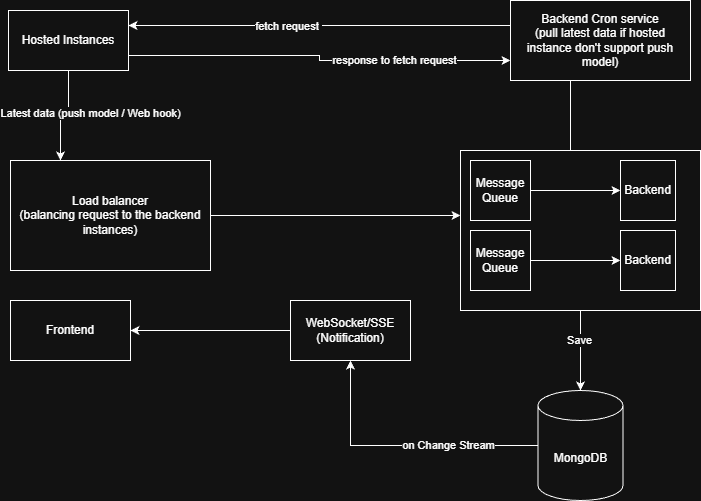
Earlier version of the draw.io export Masirat.drawio.png (Faizgk/Masirat_Assessment_Task_5). Source tidied: cells renumbered, new cells last; positions are measured from the earlier drawing's top-left corner, leaving out a move shared by most shapes. Source of this version:
```xml
<mxGraphModel>
  <root>
    <mxCell id="0" />
    <mxCell id="1" parent="0" />
    <mxCell id="2" style="edgeStyle=orthogonalEdgeStyle;rounded=0;jettySize=auto;html=1;entryX=0.25;entryY=0;entryDx=0;entryDy=0;" parent="1" edge="1" source="6" target="8">
      <mxGeometry relative="1" as="geometry" />
    </mxCell>
    <mxCell id="3" value="Latest data (push model / Web hook)" style="edgeLabel;html=1;align=center;verticalAlign=middle;" parent="2" vertex="1">
      <mxGeometry x="-0.05" y="-3" relative="1" as="geometry">
        <mxPoint x="23" as="offset" />
      </mxGeometry>
    </mxCell>
    <mxCell id="4" style="edgeStyle=orthogonalEdgeStyle;rounded=0;jettySize=auto;html=1;exitX=1;exitY=0.75;exitDx=0;exitDy=0;entryX=0;entryY=0.75;entryDx=0;entryDy=0;" parent="1" edge="1" source="6" target="17">
      <mxGeometry relative="1" as="geometry" />
    </mxCell>
    <mxCell id="5" value="response to fetch request" style="edgeLabel;html=1;align=center;verticalAlign=middle;" parent="4" vertex="1">
      <mxGeometry x="0.4" y="1" relative="1" as="geometry" />
    </mxCell>
    <mxCell id="6" value="Hosted Instances" style="rounded=0;whiteSpace=wrap;html=1;" parent="1" vertex="1">
      <mxGeometry y="10" width="120" height="60" as="geometry" />
    </mxCell>
    <mxCell id="7" style="edgeStyle=orthogonalEdgeStyle;rounded=0;jettySize=auto;html=1;exitX=1;exitY=0.5;exitDx=0;exitDy=0;entryX=0;entryY=0.406;entryDx=0;entryDy=0;entryPerimeter=0;" parent="1" edge="1" source="8" target="19">
      <mxGeometry relative="1" as="geometry" />
    </mxCell>
    <mxCell id="8" value="Load balancer&lt;br&gt;(balancing request to the backend instances)" style="rounded=0;whiteSpace=wrap;html=1;" parent="1" vertex="1">
      <mxGeometry x="2" y="160" width="200" height="110" as="geometry" />
    </mxCell>
    <mxCell id="9" style="edgeStyle=orthogonalEdgeStyle;rounded=0;jettySize=auto;html=1;entryX=0.5;entryY=1;entryDx=0;entryDy=0;" parent="1" edge="1" source="11" target="14">
      <mxGeometry relative="1" as="geometry" />
    </mxCell>
    <mxCell id="10" value="on Change Stream" style="edgeLabel;html=1;align=center;verticalAlign=middle;" parent="9" vertex="1">
      <mxGeometry x="-0.34" y="-1" relative="1" as="geometry" />
    </mxCell>
    <mxCell id="11" value="MongoDB" style="shape=cylinder3;whiteSpace=wrap;html=1;boundedLbl=1;backgroundOutline=1;size=15;" parent="1" vertex="1">
      <mxGeometry x="529.5" y="390" width="85" height="110" as="geometry" />
    </mxCell>
    <mxCell id="12" value="Frontend" style="rounded=0;whiteSpace=wrap;html=1;" parent="1" vertex="1">
      <mxGeometry x="2" y="300" width="120" height="60" as="geometry" />
    </mxCell>
    <mxCell id="13" style="edgeStyle=orthogonalEdgeStyle;rounded=0;jettySize=auto;html=1;entryX=1;entryY=0.5;entryDx=0;entryDy=0;" parent="1" edge="1" source="14" target="12">
      <mxGeometry relative="1" as="geometry" />
    </mxCell>
    <mxCell id="14" value="WebSocket/SSE (Notification)" style="rounded=0;whiteSpace=wrap;html=1;" parent="1" vertex="1">
      <mxGeometry x="282" y="300" width="120" height="60" as="geometry" />
    </mxCell>
    <mxCell id="15" style="edgeStyle=orthogonalEdgeStyle;rounded=0;jettySize=auto;html=1;entryX=1;entryY=0.25;entryDx=0;entryDy=0;" parent="1" edge="1" source="17" target="6">
      <mxGeometry relative="1" as="geometry">
        <Array as="points">
          <mxPoint x="352" y="25" />
          <mxPoint x="352" y="25" />
        </Array>
      </mxGeometry>
    </mxCell>
    <mxCell id="16" value="fetch request&amp;nbsp;" style="edgeLabel;html=1;align=center;verticalAlign=middle;" parent="15" vertex="1">
      <mxGeometry x="0.17" y="-4" relative="1" as="geometry">
        <mxPoint y="4" as="offset" />
      </mxGeometry>
    </mxCell>
    <mxCell id="17" value="Backend Cron service&lt;br&gt;(pull latest data if hosted instance don't support push model)" style="rounded=0;whiteSpace=wrap;html=1;" parent="1" vertex="1">
      <mxGeometry x="502" width="180" height="80" as="geometry" />
    </mxCell>
    <mxCell id="18" style="endArrow=none;html=1;rounded=0;" parent="1" edge="1">
      <mxGeometry relative="1" as="geometry">
        <mxPoint x="562" y="150" as="sourcePoint" />
        <mxPoint x="562" y="80" as="targetPoint" />
      </mxGeometry>
    </mxCell>
    <mxCell id="19" style="rounded=0;whiteSpace=wrap;html=1;" parent="1" vertex="1">
      <mxGeometry x="452" y="150" width="240" height="160" as="geometry" />
    </mxCell>
    <mxCell id="20" value="Backend" style="rounded=0;whiteSpace=wrap;html=1;" parent="1" vertex="1">
      <mxGeometry x="612" y="160" width="55" height="60" as="geometry" />
    </mxCell>
    <mxCell id="21" style="edgeStyle=orthogonalEdgeStyle;rounded=0;jettySize=auto;html=1;" parent="1" edge="1" source="22" target="20">
      <mxGeometry relative="1" as="geometry" />
    </mxCell>
    <mxCell id="22" value="Message Queue" style="rounded=0;whiteSpace=wrap;html=1;" parent="1" vertex="1">
      <mxGeometry x="462" y="160" width="60" height="60" as="geometry" />
    </mxCell>
    <mxCell id="23" style="edgeStyle=orthogonalEdgeStyle;rounded=0;jettySize=auto;html=1;entryX=0;entryY=0.5;entryDx=0;entryDy=0;" parent="1" edge="1" source="24" target="25">
      <mxGeometry relative="1" as="geometry" />
    </mxCell>
    <mxCell id="24" value="Message Queue" style="rounded=0;whiteSpace=wrap;html=1;" parent="1" vertex="1">
      <mxGeometry x="462" y="230" width="60" height="60" as="geometry" />
    </mxCell>
    <mxCell id="25" value="Backend" style="rounded=0;whiteSpace=wrap;html=1;" parent="1" vertex="1">
      <mxGeometry x="612" y="230" width="55" height="60" as="geometry" />
    </mxCell>
    <mxCell id="26" style="edgeStyle=orthogonalEdgeStyle;rounded=0;jettySize=auto;html=1;entryX=0.5;entryY=0;entryDx=0;entryDy=0;entryPerimeter=0;" parent="1" edge="1" source="19" target="11">
      <mxGeometry relative="1" as="geometry" />
    </mxCell>
    <mxCell id="27" value="Save" style="edgeLabel;html=1;align=center;verticalAlign=middle;" parent="26" vertex="1">
      <mxGeometry x="-0.29" y="-2" relative="1" as="geometry" />
    </mxCell>
  </root>
</mxGraphModel>
```
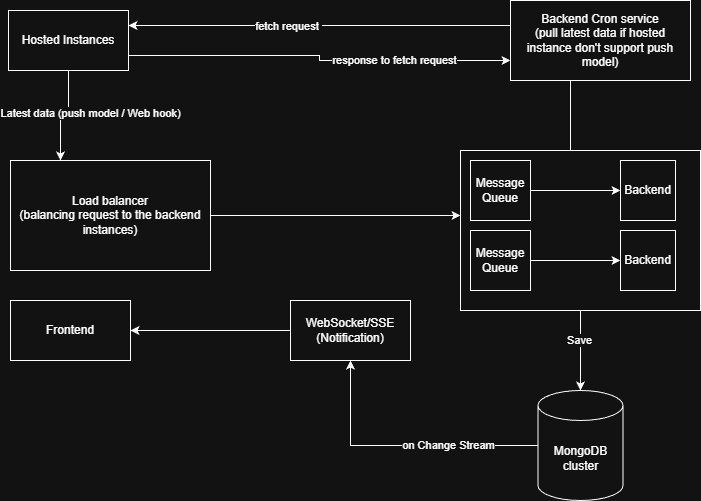
After the commit.

Commit message:
Flow Diagram as PNG

Change to the diagram source:
```diff
@@ -31,7 +31,7 @@
     <mxCell id="10" value="on Change Stream" style="edgeLabel;html=1;align=center;verticalAlign=middle;" parent="9" vertex="1">
       <mxGeometry x="-0.34" y="-1" relative="1" as="geometry" />
     </mxCell>
-    <mxCell id="11" value="MongoDB" style="shape=cylinder3;whiteSpace=wrap;html=1;boundedLbl=1;backgroundOutline=1;size=15;" parent="1" vertex="1">
+    <mxCell id="11" value="MongoDB cluster" style="shape=cylinder3;whiteSpace=wrap;html=1;boundedLbl=1;backgroundOutline=1;size=15;" parent="1" vertex="1">
       <mxGeometry x="529.5" y="390" width="85" height="110" as="geometry" />
     </mxCell>
     <mxCell id="12" value="Frontend" style="rounded=0;whiteSpace=wrap;html=1;" parent="1" vertex="1">
```
